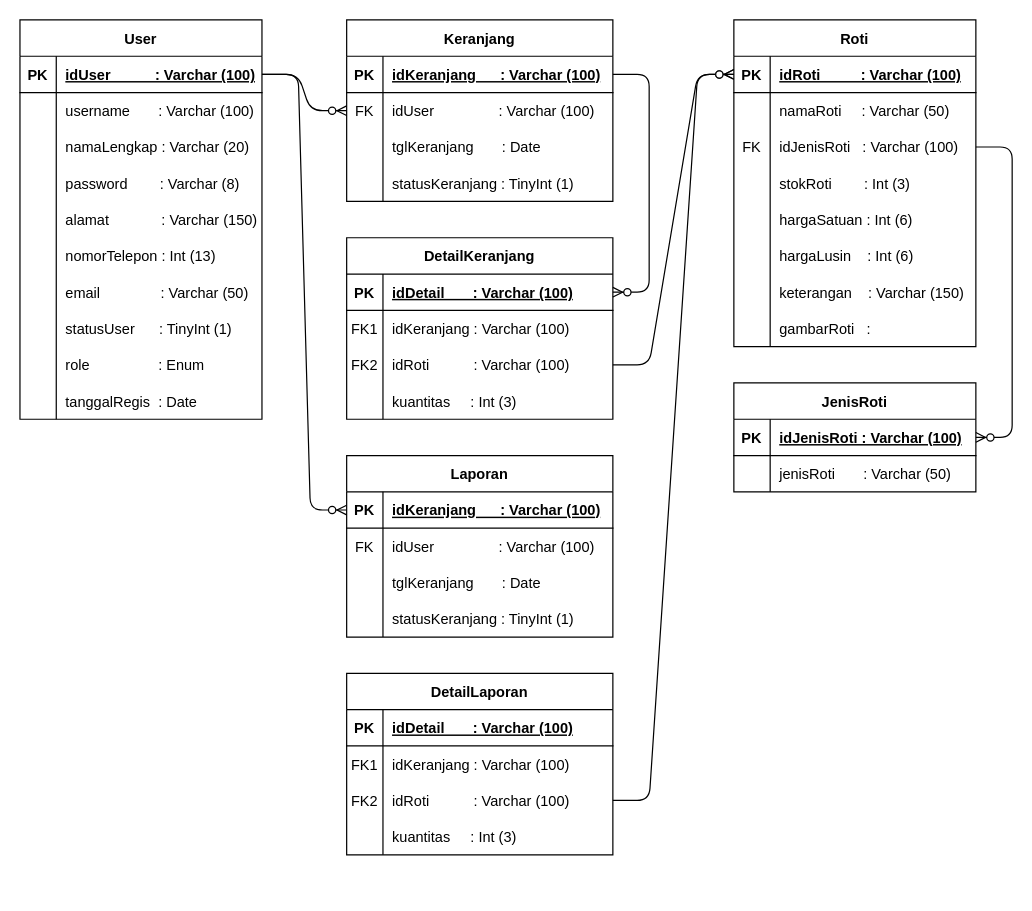
The draw.io diagram Diagram/ERD.drawio in Bluesafif/FinalProject_Bootcamp, before the edit. Source tidied: cells renumbered, new cells numbered last; positions are measured from the earlier drawing's top-left corner, leaving out a move shared by most shapes. Both pictures are drawn from the tidied source at 121%, with x=0, y=0 at pixel (19, 19).
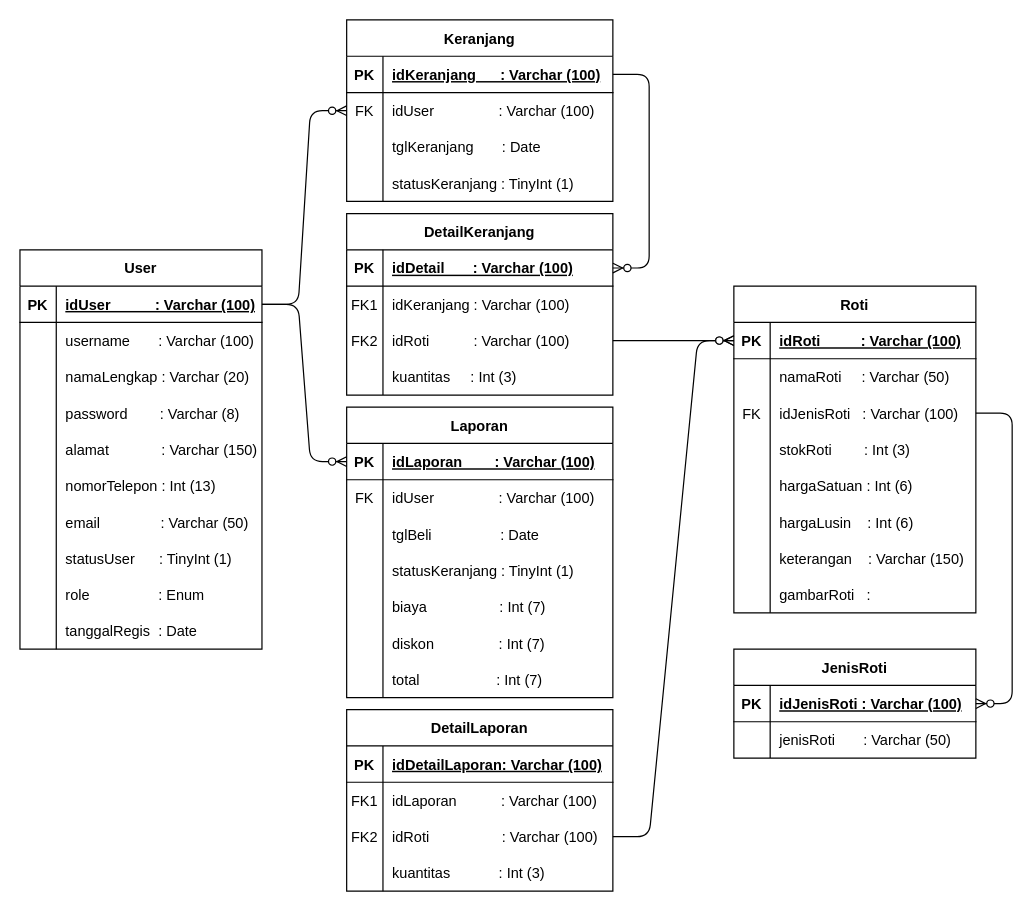
The same page after the edit.

The change refers to these unchanged cells:
```xml
<mxCell id="96" style="shape=partialRectangle;fillColor=none;top=0;left=0;bottom=1;right=0;points=[[0,0.5],[1,0.5]];portConstraint=eastwest;" parent="95" vertex="1">
  <mxGeometry y="30" width="220" height="30" as="geometry" />
</mxCell>
<mxCell id="102" style="shape=partialRectangle;fillColor=none;top=0;left=0;bottom=0;right=0;" parent="95" vertex="1">
  <mxGeometry y="90" width="220" height="30" as="geometry" />
</mxCell>
<mxCell id="109" style="shape=partialRectangle;fillColor=none;top=0;left=0;bottom=1;right=0;" parent="108" vertex="1">
  <mxGeometry y="30" width="220" height="30" as="geometry" />
</mxCell>
<mxCell id="112" style="shape=partialRectangle;fillColor=none;top=0;left=0;bottom=0;right=0;" parent="108" vertex="1">
  <mxGeometry y="60" width="220" height="30" as="geometry" />
</mxCell>
<mxCell id="115" style="shape=partialRectangle;fillColor=none;top=0;left=0;bottom=0;right=0;points=[[0,0.5],[1,0.5]];portConstraint=eastwest;" parent="108" vertex="1">
  <mxGeometry y="90" width="220" height="30" as="geometry" />
</mxCell>
<mxCell id="118" style="shape=partialRectangle;fillColor=none;top=0;left=0;bottom=0;right=0;" parent="108" vertex="1">
  <mxGeometry y="120" width="220" height="30" as="geometry" />
</mxCell>
```

Change to the diagram source:
```diff
@@
     <mxCell id="2" value="User" style="shape=table;startSize=30;childLayout=tableLayout;rowLines=0;fontStyle=1;align=center;" parent="1" vertex="1">
-      <mxGeometry width="200" height="330" as="geometry" />
+      <mxGeometry y="190" width="200" height="330" as="geometry" />
     </mxCell>
@@
     <mxCell id="33" value="Roti" style="shape=table;startSize=30;childLayout=tableLayout;rowLines=0;fontStyle=1;align=center;" parent="1" vertex="1">
-      <mxGeometry x="590" width="200" height="270" as="geometry" />
+      <mxGeometry x="590" y="220" width="200" height="270" as="geometry" />
     </mxCell>
@@
     <mxCell id="71" value="DetailKeranjang" style="shape=table;startSize=30;childLayout=tableLayout;rowLines=0;fontStyle=1;align=center;" parent="1" vertex="1">
-      <mxGeometry x="270" y="180" width="220" height="150" as="geometry" />
+      <mxGeometry x="270" y="160" width="220" height="150" as="geometry" />
     </mxCell>
@@
     <mxCell id="86" value="JenisRoti" style="shape=table;startSize=30;childLayout=tableLayout;rowLines=0;fontStyle=1;align=center;" parent="1" vertex="1">
-      <mxGeometry x="590" y="300" width="200" height="90" as="geometry" />
+      <mxGeometry x="590" y="520" width="200" height="90" as="geometry" />
     </mxCell>
@@
     <mxCell id="95" value="Laporan" style="shape=table;startSize=30;childLayout=tableLayout;rowLines=0;fontStyle=1;align=center;" parent="1" vertex="1">
-      <mxGeometry x="270" y="360" width="220" height="150" as="geometry" />
+      <mxGeometry x="270" y="320" width="220" height="240" as="geometry" />
     </mxCell>
@@
-    <mxCell id="98" value="idKeranjang      : Varchar (100)" style="shape=partialRectangle;fillColor=none;top=0;left=0;bottom=0;right=0;align=left;spacingLeft=6;fontStyle=5;overflow=hidden;" parent="96" vertex="1">
+    <mxCell id="98" value="idLaporan        : Varchar (100)" style="shape=partialRectangle;fillColor=none;top=0;left=0;bottom=0;right=0;align=left;spacingLeft=6;fontStyle=5;overflow=hidden;" parent="96" vertex="1">
       <mxGeometry x="30" width="190" height="30" as="geometry" />
     </mxCell>
@@
-    <mxCell id="104" value="tglKeranjang       : Date" style="shape=partialRectangle;fillColor=none;top=0;left=0;bottom=0;right=0;align=left;spacingLeft=6;overflow=hidden;" parent="102" vertex="1">
+    <mxCell id="104" value="tglBeli                 : Date" style="shape=partialRectangle;fillColor=none;top=0;left=0;bottom=0;right=0;align=left;spacingLeft=6;overflow=hidden;" parent="102" vertex="1">
       <mxGeometry x="30" width="190" height="30" as="geometry" />
     </mxCell>
@@
+    <mxCell id="123" style="shape=partialRectangle;fillColor=none;top=0;left=0;bottom=0;right=0;" parent="95" vertex="1">
+      <mxGeometry y="150" width="220" height="30" as="geometry" />
+    </mxCell>
+    <mxCell id="124" style="shape=partialRectangle;fillColor=none;top=0;left=0;bottom=0;right=0;overflow=hidden;" parent="123" vertex="1">
+      <mxGeometry width="30" height="30" as="geometry" />
+    </mxCell>
+    <mxCell id="125" value="biaya                  : Int (7)" style="shape=partialRectangle;fillColor=none;top=0;left=0;bottom=0;right=0;align=left;spacingLeft=6;overflow=hidden;" parent="123" vertex="1">
+      <mxGeometry x="30" width="190" height="30" as="geometry" />
+    </mxCell>
+    <mxCell id="126" style="shape=partialRectangle;fillColor=none;top=0;left=0;bottom=0;right=0;" parent="95" vertex="1">
+      <mxGeometry y="180" width="220" height="30" as="geometry" />
+    </mxCell>
+    <mxCell id="127" style="shape=partialRectangle;fillColor=none;top=0;left=0;bottom=0;right=0;overflow=hidden;" parent="126" vertex="1">
+      <mxGeometry width="30" height="30" as="geometry" />
+    </mxCell>
+    <mxCell id="128" value="diskon                : Int (7)" style="shape=partialRectangle;fillColor=none;top=0;left=0;bottom=0;right=0;align=left;spacingLeft=6;overflow=hidden;" parent="126" vertex="1">
+      <mxGeometry x="30" width="190" height="30" as="geometry" />
+    </mxCell>
+    <mxCell id="129" style="shape=partialRectangle;fillColor=none;top=0;left=0;bottom=0;right=0;" parent="95" vertex="1">
+      <mxGeometry y="210" width="220" height="30" as="geometry" />
+    </mxCell>
+    <mxCell id="130" style="shape=partialRectangle;fillColor=none;top=0;left=0;bottom=0;right=0;overflow=hidden;" parent="129" vertex="1">
+      <mxGeometry width="30" height="30" as="geometry" />
+    </mxCell>
+    <mxCell id="131" value="total                   : Int (7)" style="shape=partialRectangle;fillColor=none;top=0;left=0;bottom=0;right=0;align=left;spacingLeft=6;overflow=hidden;" parent="129" vertex="1">
+      <mxGeometry x="30" width="190" height="30" as="geometry" />
+    </mxCell>
     <mxCell id="108" value="DetailLaporan" style="shape=table;startSize=30;childLayout=tableLayout;rowLines=0;fontStyle=1;align=center;" parent="1" vertex="1">
-      <mxGeometry x="270" y="540" width="220" height="150" as="geometry" />
+      <mxGeometry x="270" y="570" width="220" height="150" as="geometry" />
     </mxCell>
@@
-    <mxCell id="111" value="idDetail       : Varchar (100)" style="shape=partialRectangle;fillColor=none;top=0;left=0;bottom=0;right=0;align=left;spacingLeft=6;fontStyle=5;overflow=hidden;" parent="109" vertex="1">
+    <mxCell id="111" value="idDetailLaporan: Varchar (100)" style="shape=partialRectangle;fillColor=none;top=0;left=0;bottom=0;right=0;align=left;spacingLeft=6;fontStyle=5;overflow=hidden;" parent="109" vertex="1">
       <mxGeometry x="30" width="190" height="30" as="geometry" />
     </mxCell>
@@
-    <mxCell id="114" value="idKeranjang : Varchar (100)" style="shape=partialRectangle;fillColor=none;top=0;left=0;bottom=0;right=0;align=left;spacingLeft=6;fontStyle=0;overflow=hidden;" parent="112" vertex="1">
+    <mxCell id="114" value="idLaporan           : Varchar (100)" style="shape=partialRectangle;fillColor=none;top=0;left=0;bottom=0;right=0;align=left;spacingLeft=6;fontStyle=0;overflow=hidden;" parent="112" vertex="1">
       <mxGeometry x="30" width="190" height="30" as="geometry" />
     </mxCell>
@@
-    <mxCell id="117" value="idRoti           : Varchar (100)" style="shape=partialRectangle;fillColor=none;top=0;left=0;bottom=0;right=0;align=left;spacingLeft=6;fontStyle=0;overflow=hidden;" parent="115" vertex="1">
+    <mxCell id="117" value="idRoti                  : Varchar (100)" style="shape=partialRectangle;fillColor=none;top=0;left=0;bottom=0;right=0;align=left;spacingLeft=6;fontStyle=0;overflow=hidden;" parent="115" vertex="1">
       <mxGeometry x="30" width="190" height="30" as="geometry" />
     </mxCell>
@@
-    <mxCell id="120" value="kuantitas     : Int (3)" style="shape=partialRectangle;fillColor=none;top=0;left=0;bottom=0;right=0;align=left;spacingLeft=6;overflow=hidden;" parent="118" vertex="1">
+    <mxCell id="120" value="kuantitas            : Int (3)" style="shape=partialRectangle;fillColor=none;top=0;left=0;bottom=0;right=0;align=left;spacingLeft=6;overflow=hidden;" parent="118" vertex="1">
       <mxGeometry x="30" width="190" height="30" as="geometry" />
     </mxCell>
```
